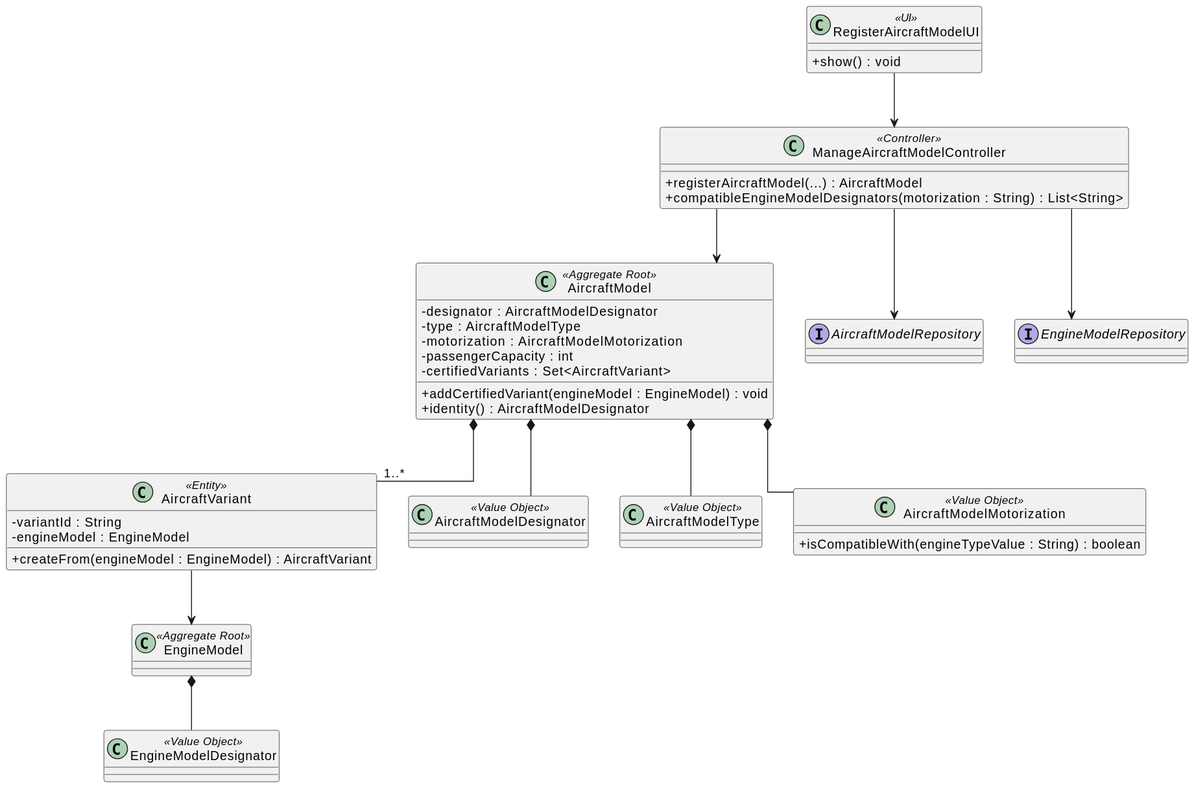
GustavoFerreira24/flight-management-platform keeps this PlantUML diagram as docs/us_55/class-diagram-55.svg. Above is the earlier version.
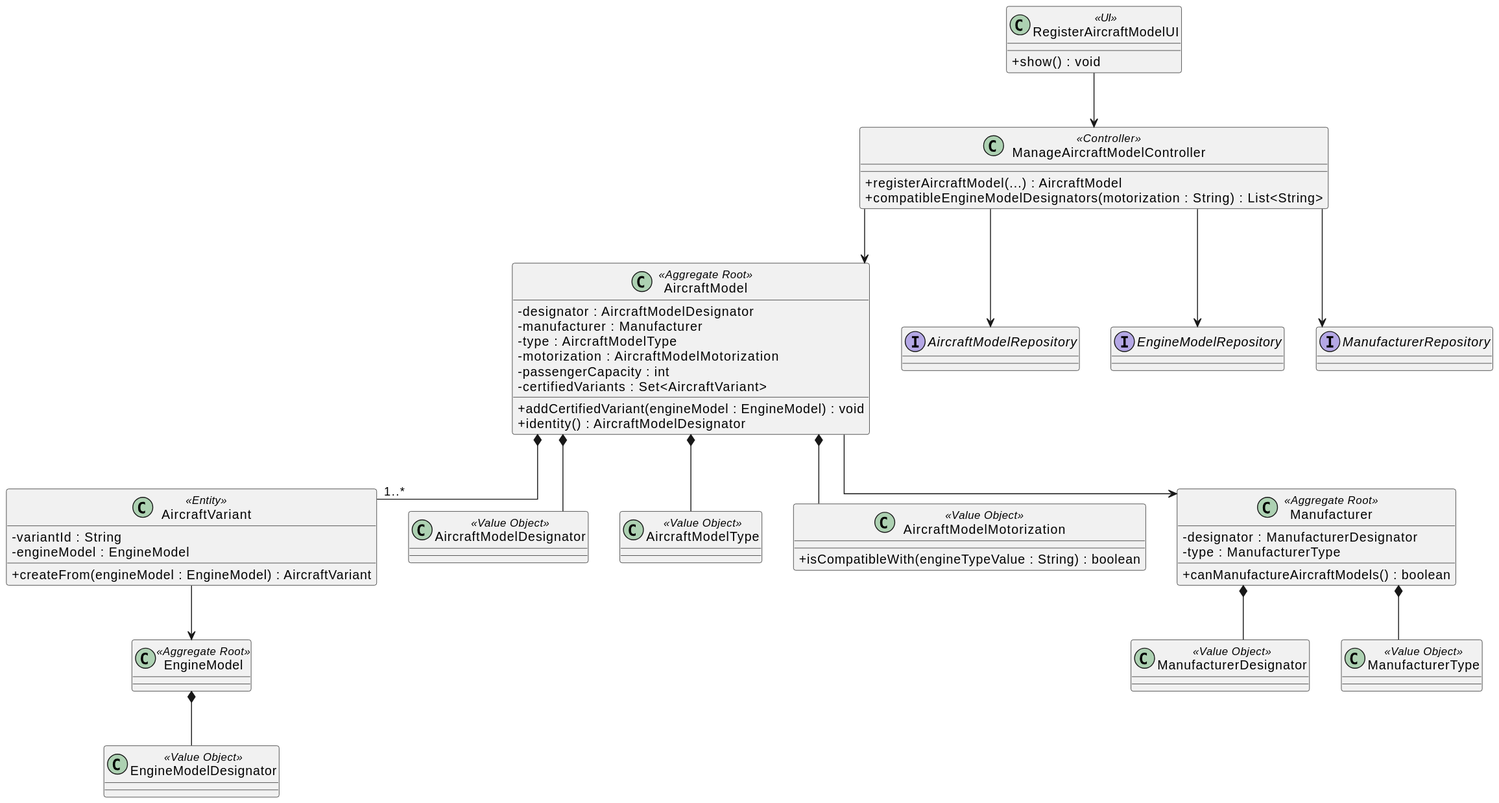
After the change.

Commit message:
US111(DOCS): Add sequence diagram for `Generate a Simulation Report Scenario`. Include PlantUML and SVG assets under `docs/us_111`. [#212]

The edit, as a diff of the source:
```diff
@@ -13,6 +13,7 @@
 
 class AircraftModel <<Aggregate Root>> {
     - designator : AircraftModelDesignator
+    - manufacturer : Manufacturer
     - type : AircraftModelType
     - motorization : AircraftModelMotorization
     - passengerCapacity : int
@@ -35,19 +36,31 @@
 
 class EngineModel <<Aggregate Root>>
 class EngineModelDesignator <<Value Object>>
+class Manufacturer <<Aggregate Root>> {
+    - designator : ManufacturerDesignator
+    - type : ManufacturerType
+    + canManufactureAircraftModels() : boolean
+}
+class ManufacturerDesignator <<Value Object>>
+class ManufacturerType <<Value Object>>
 
 interface AircraftModelRepository
 interface EngineModelRepository
+interface ManufacturerRepository
 
 RegisterAircraftModelUI --> ManageAircraftModelController
 ManageAircraftModelController --> AircraftModelRepository
 ManageAircraftModelController --> EngineModelRepository
+ManageAircraftModelController --> ManufacturerRepository
 ManageAircraftModelController --> AircraftModel
 
 AircraftModel *-- AircraftModelDesignator
+AircraftModel --> Manufacturer
 AircraftModel *-- AircraftModelType
 AircraftModel *-- AircraftModelMotorization
 AircraftModel *-- "1..*" AircraftVariant
 AircraftVariant --> EngineModel
 EngineModel *-- EngineModelDesignator
+Manufacturer *-- ManufacturerDesignator
+Manufacturer *-- ManufacturerType
 @enduml
```
